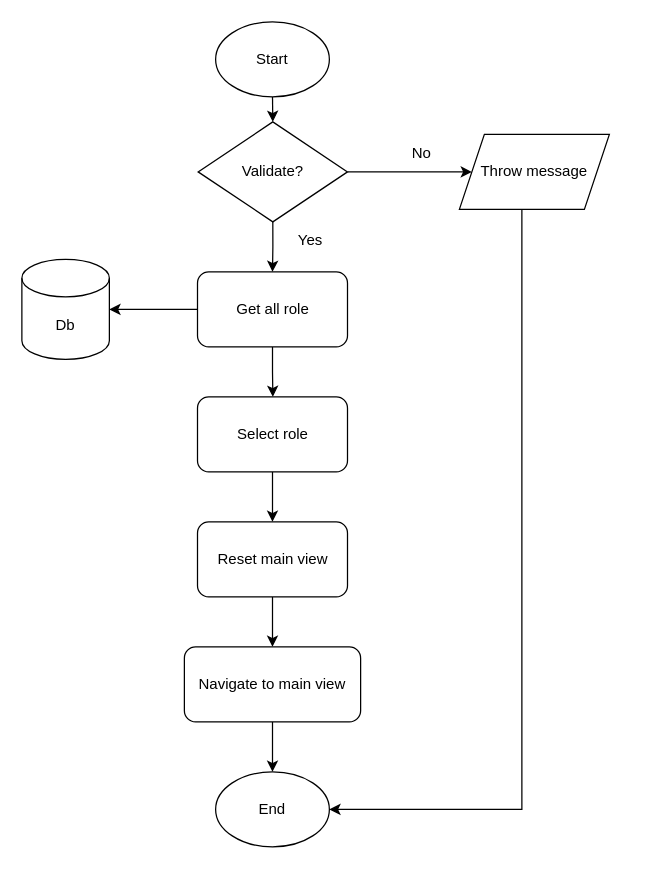
Before: page "OverView" (1 of 3) of Untitled Diagram.drawio in LikWiKi/CSharpBasic_NTQ, a draw.io diagram. Source tidied: cells renumbered, new cells numbered last; positions are measured from the earlier drawing's top-left corner, leaving out a move shared by most shapes. Both pictures are drawn from the tidied source at 125%, with x=0, y=0 at pixel (21, 21).
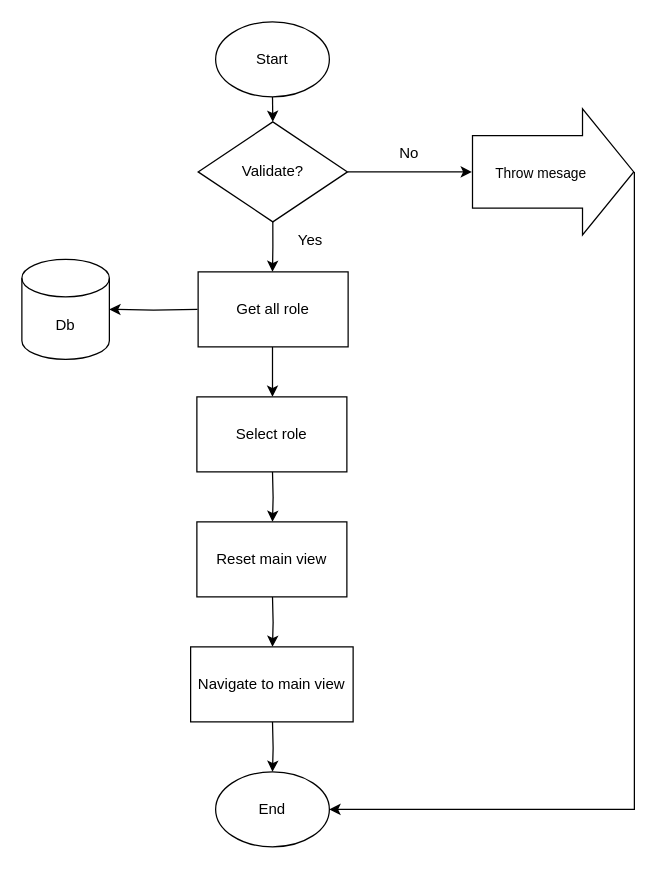
Above is the later version.

The change refers to these unchanged cells:
```xml
<mxCell id="7" value="End" style="ellipse;whiteSpace=wrap;html=1;" parent="1" vertex="1">
  <mxGeometry x="155" y="600" width="91" height="60" as="geometry" />
</mxCell>
<mxCell id="14" value="Db" style="shape=cylinder3;whiteSpace=wrap;html=1;boundedLbl=1;backgroundOutline=1;size=15;rotation=0;" parent="1" vertex="1">
  <mxGeometry y="190" width="70" height="80" as="geometry" />
</mxCell>
<mxCell id="17" value="Validate?" style="rhombus;whiteSpace=wrap;html=1;" parent="1" vertex="1">
  <mxGeometry x="141" y="80" width="119.5" height="80" as="geometry" />
</mxCell>
```

Diff of the diagram source:
```diff
@@
-    <mxCell id="2" style="edgeStyle=orthogonalEdgeStyle;rounded=0;jettySize=auto;html=1;" parent="1" edge="1" source="4">
-      <mxGeometry relative="1" as="geometry">
-        <mxPoint x="200.8" y="300" as="targetPoint" />
-      </mxGeometry>
-    </mxCell>
-    <mxCell id="3" style="edgeStyle=orthogonalEdgeStyle;rounded=0;jettySize=auto;html=1;exitX=0;exitY=0.5;exitDx=0;exitDy=0;entryX=1;entryY=0.5;entryDx=0;entryDy=0;entryPerimeter=0;" parent="1" edge="1" source="4" target="14">
-      <mxGeometry relative="1" as="geometry" />
+    <mxCell id="3" style="edgeStyle=orthogonalEdgeStyle;rounded=0;jettySize=auto;html=1;exitX=0;exitY=0.5;exitDx=0;exitDy=0;entryX=1;entryY=0.5;entryDx=0;entryDy=0;entryPerimeter=0;" parent="1" edge="1" target="14">
+      <mxGeometry relative="1" as="geometry">
+        <mxPoint x="140.5" y="230" as="sourcePoint" />
+      </mxGeometry>
     </mxCell>
-    <mxCell id="4" value="Get all role" style="rounded=1;whiteSpace=wrap;html=1;" parent="1" vertex="1">
-      <mxGeometry x="140.5" y="200" width="120" height="60" as="geometry" />
-    </mxCell>
@@
-    <mxCell id="8" style="edgeStyle=orthogonalEdgeStyle;rounded=0;jettySize=auto;html=1;exitX=0.5;exitY=1;exitDx=0;exitDy=0;entryX=0.5;entryY=0;entryDx=0;entryDy=0;" parent="1" edge="1" source="9" target="11">
-      <mxGeometry relative="1" as="geometry" />
+    <mxCell id="8" style="edgeStyle=orthogonalEdgeStyle;rounded=0;orthogonalLoop=1;jettySize=auto;html=1;exitX=0.5;exitY=1;exitDx=0;exitDy=0;entryX=0.5;entryY=0;entryDx=0;entryDy=0;" parent="1" edge="1">
+      <mxGeometry relative="1" as="geometry">
+        <mxPoint x="200.5" y="360" as="sourcePoint" />
+        <mxPoint x="200.5" y="400" as="targetPoint" />
+      </mxGeometry>
     </mxCell>
-    <mxCell id="9" value="Select role" style="rounded=1;whiteSpace=wrap;html=1;" parent="1" vertex="1">
-      <mxGeometry x="140.5" y="300" width="120" height="60" as="geometry" />
-    </mxCell>
-    <mxCell id="10" style="edgeStyle=orthogonalEdgeStyle;rounded=0;jettySize=auto;html=1;exitX=0.5;exitY=1;exitDx=0;exitDy=0;entryX=0.5;entryY=0;entryDx=0;entryDy=0;" parent="1" edge="1" source="11" target="13">
-      <mxGeometry relative="1" as="geometry" />
+    <mxCell id="10" style="edgeStyle=orthogonalEdgeStyle;rounded=0;orthogonalLoop=1;jettySize=auto;html=1;exitX=0.5;exitY=1;exitDx=0;exitDy=0;entryX=0.5;entryY=0;entryDx=0;entryDy=0;" parent="1" edge="1">
+      <mxGeometry relative="1" as="geometry">
+        <mxPoint x="200.5" y="460" as="sourcePoint" />
+        <mxPoint x="200.5" y="500" as="targetPoint" />
+      </mxGeometry>
     </mxCell>
-    <mxCell id="11" value="Reset main view" style="rounded=1;whiteSpace=wrap;html=1;" parent="1" vertex="1">
-      <mxGeometry x="140.5" y="400" width="120" height="60" as="geometry" />
-    </mxCell>
-    <mxCell id="12" style="edgeStyle=orthogonalEdgeStyle;rounded=0;jettySize=auto;html=1;exitX=0.5;exitY=1;exitDx=0;exitDy=0;entryX=0.5;entryY=0;entryDx=0;entryDy=0;" parent="1" edge="1" source="13" target="7">
-      <mxGeometry relative="1" as="geometry" />
+    <mxCell id="12" style="edgeStyle=orthogonalEdgeStyle;rounded=0;jettySize=auto;html=1;exitX=0.5;exitY=1;exitDx=0;exitDy=0;entryX=0.5;entryY=0;entryDx=0;entryDy=0;" parent="1" edge="1" target="7">
+      <mxGeometry relative="1" as="geometry">
+        <mxPoint x="200.5" y="560" as="sourcePoint" />
+      </mxGeometry>
     </mxCell>
-    <mxCell id="13" value="Navigate to main view" style="rounded=1;whiteSpace=wrap;html=1;" parent="1" vertex="1">
-      <mxGeometry x="130" y="500" width="141" height="60" as="geometry" />
-    </mxCell>
@@
-    <mxCell id="15" style="edgeStyle=orthogonalEdgeStyle;rounded=0;jettySize=auto;html=1;exitX=0.5;exitY=1;exitDx=0;exitDy=0;entryX=0.5;entryY=0;entryDx=0;entryDy=0;" parent="1" edge="1" source="17" target="4">
-      <mxGeometry relative="1" as="geometry" />
+    <mxCell id="15" style="edgeStyle=orthogonalEdgeStyle;rounded=0;jettySize=auto;html=1;exitX=0.5;exitY=1;exitDx=0;exitDy=0;entryX=0.5;entryY=0;entryDx=0;entryDy=0;" parent="1" edge="1" source="17">
+      <mxGeometry relative="1" as="geometry">
+        <mxPoint x="200.5" y="200" as="targetPoint" />
+      </mxGeometry>
     </mxCell>
@@
     <mxCell id="19" style="edgeStyle=orthogonalEdgeStyle;rounded=0;jettySize=auto;html=1;entryX=1;entryY=0.5;entryDx=0;entryDy=0;" parent="1" edge="1" target="7">
       <mxGeometry relative="1" as="geometry">
-        <mxPoint x="400" y="150" as="sourcePoint" />
+        <mxPoint x="490" y="120" as="sourcePoint" />
         <Array as="points">
-          <mxPoint x="400" y="630" />
+          <mxPoint x="490" y="630" />
         </Array>
       </mxGeometry>
     </mxCell>
     <mxCell id="20" value="No" style="text;html=1;strokeColor=none;fillColor=none;align=center;verticalAlign=middle;whiteSpace=wrap;rounded=0;" parent="1" vertex="1">
-      <mxGeometry x="290" y="90" width="60" height="30" as="geometry" />
+      <mxGeometry x="280" y="90" width="60" height="30" as="geometry" />
     </mxCell>
-    <mxCell id="21" value="Throw message" style="shape=parallelogram;perimeter=parallelogramPerimeter;whiteSpace=wrap;html=1;fixedSize=1;" parent="1" vertex="1">
-      <mxGeometry x="350" y="90" width="120" height="60" as="geometry" />
-    </mxCell>
+    <mxCell id="22" style="shape=flexArrow;endArrow=classic;html=1;rounded=0;endWidth=42;endSize=13.33;width=58;align=left;" parent="1" edge="1">
+      <mxGeometry relative="1" as="geometry">
+        <mxPoint x="360" y="120" as="sourcePoint" />
+        <mxPoint x="490" y="120" as="targetPoint" />
+      </mxGeometry>
+    </mxCell>
+    <mxCell id="23" value="Throw mesage" style="edgeLabel;html=1;align=center;verticalAlign=middle;" parent="22" vertex="1">
+      <mxGeometry x="0.23" y="-3" relative="1" as="geometry">
+        <mxPoint x="-26" y="-3" as="offset" />
+      </mxGeometry>
+    </mxCell>
+    <mxCell id="24" style="edgeStyle=orthogonalEdgeStyle;rounded=0;jettySize=auto;html=1;" parent="1" edge="1" source="4">
+      <mxGeometry relative="1" as="geometry">
+        <mxPoint x="200.5" y="300" as="targetPoint" />
+      </mxGeometry>
+    </mxCell>
+    <mxCell id="4" value="Get all role" style="rounded=0;whiteSpace=wrap;html=1;" parent="1" vertex="1">
+      <mxGeometry x="141" y="200" width="120" height="60" as="geometry" />
+    </mxCell>
+    <mxCell id="9" value="Select role" style="rounded=0;whiteSpace=wrap;html=1;" parent="1" vertex="1">
+      <mxGeometry x="140" y="300" width="120" height="60" as="geometry" />
+    </mxCell>
+    <mxCell id="11" value="Reset main view" style="rounded=0;whiteSpace=wrap;html=1;" parent="1" vertex="1">
+      <mxGeometry x="140" y="400" width="120" height="60" as="geometry" />
+    </mxCell>
+    <mxCell id="13" value="Navigate to main view" style="rounded=0;whiteSpace=wrap;html=1;" parent="1" vertex="1">
+      <mxGeometry x="135" y="500" width="130" height="60" as="geometry" />
+    </mxCell>
```
